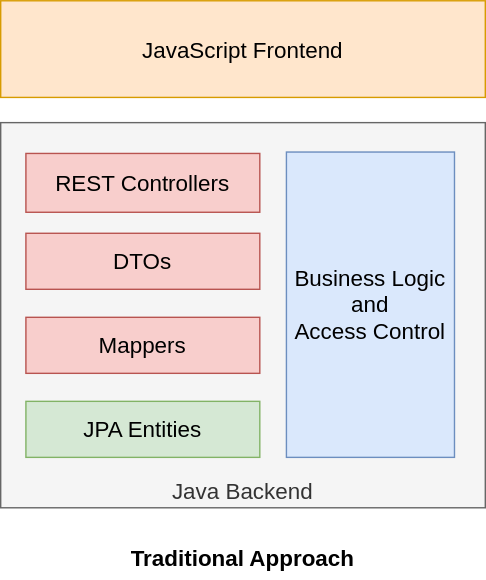
The draw.io diagram content/modules/concepts/images/principles-model-1.svg in jmix-framework/jmix-docs, before a commit. Source tidied: cells renumbered, new cells last; positions are measured from the earlier drawing's top-left corner, leaving out a move shared by most shapes.
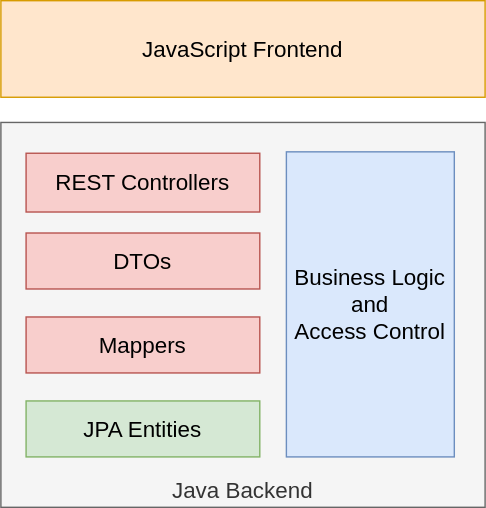
The same file after the commit.

The edit, as a diff of the source:
```diff
@@ -23,8 +23,5 @@
     <mxCell id="8" value="JavaScript Frontend" style="rounded=0;whiteSpace=wrap;html=1;fontSize=16;verticalAlign=middle;align=center;fillColor=#ffe6cc;strokeColor=#d79b00;" parent="1" vertex="1">
       <mxGeometry width="346" height="69" as="geometry" />
     </mxCell>
-    <mxCell id="9" value="Traditional Approach" style="text;html=1;align=center;verticalAlign=middle;whiteSpace=wrap;rounded=0;fontSize=16;strokeColor=none;fillColor=none;fontColor=#000000;fontStyle=1;" parent="1" vertex="1">
-      <mxGeometry x="64" y="383" width="218" height="30" as="geometry" />
-    </mxCell>
   </root>
 </mxGraphModel>
```
